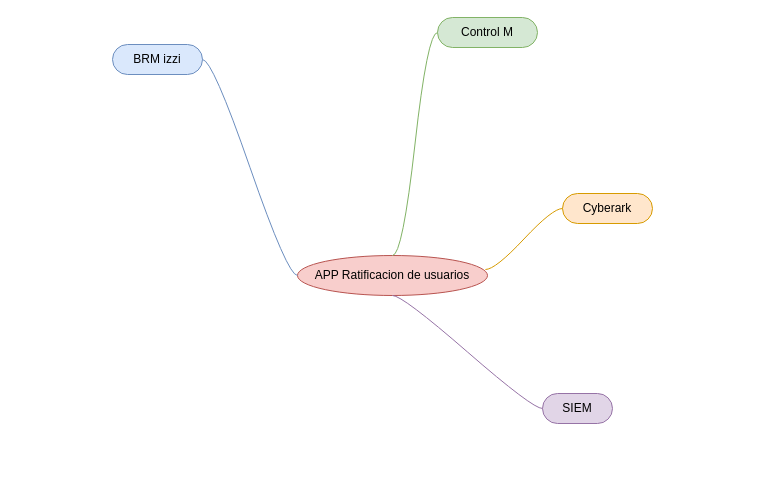
Earlier version of the draw.io diagram AppOwnerInfo.drawio (escamilla79/myUtilall). Source tidied: cells renumbered, new cells numbered last; positions are measured from the earlier drawing's top-left corner, leaving out a move shared by most shapes. Both pictures are drawn from the tidied source at 100%, with x=0, y=0 at pixel (112, 17).
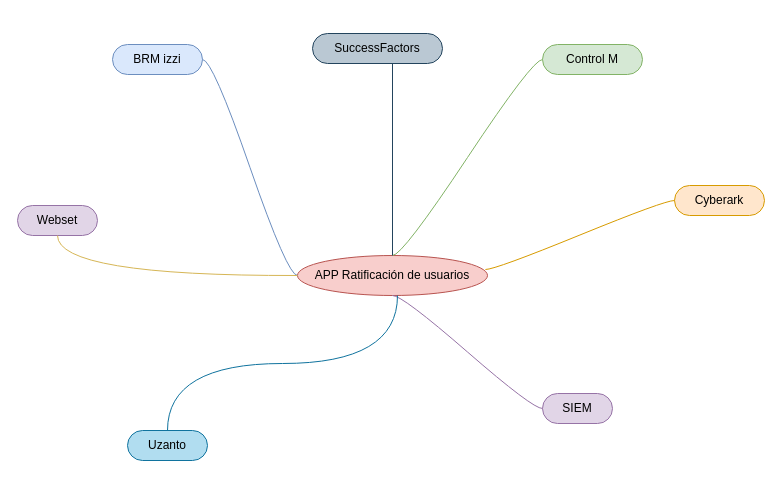
The same page after the edit.

The edit, as a diff of the source:
```diff
@@
-    <mxCell id="2" value="APP Ratificacion de usuarios" style="ellipse;whiteSpace=wrap;html=1;align=center;newEdgeStyle={&quot;edgeStyle&quot;:&quot;entityRelationEdgeStyle&quot;,&quot;startArrow&quot;:&quot;none&quot;,&quot;endArrow&quot;:&quot;none&quot;,&quot;segment&quot;:10,&quot;curved&quot;:1,&quot;sourcePerimeterSpacing&quot;:0,&quot;targetPerimeterSpacing&quot;:0};fillColor=#f8cecc;strokeColor=#b85450;" parent="1" vertex="1">
+    <mxCell id="2" value="APP Ratificación de usuarios" style="ellipse;whiteSpace=wrap;html=1;align=center;newEdgeStyle={&quot;edgeStyle&quot;:&quot;entityRelationEdgeStyle&quot;,&quot;startArrow&quot;:&quot;none&quot;,&quot;endArrow&quot;:&quot;none&quot;,&quot;segment&quot;:10,&quot;curved&quot;:1,&quot;sourcePerimeterSpacing&quot;:0,&quot;targetPerimeterSpacing&quot;:0};fillColor=#f8cecc;strokeColor=#b85450;" parent="1" vertex="1">
       <mxGeometry x="185" y="238" width="190" height="40" as="geometry" />
     </mxCell>
     <mxCell id="3" value="Cyberark" style="whiteSpace=wrap;html=1;rounded=1;arcSize=50;align=center;verticalAlign=middle;strokeWidth=1;spacing=4;newEdgeStyle={&quot;edgeStyle&quot;:&quot;entityRelationEdgeStyle&quot;,&quot;startArrow&quot;:&quot;none&quot;,&quot;endArrow&quot;:&quot;none&quot;,&quot;segment&quot;:10,&quot;curved&quot;:1,&quot;sourcePerimeterSpacing&quot;:0,&quot;targetPerimeterSpacing&quot;:0};fillColor=#ffe6cc;strokeColor=#d79b00;" parent="1" vertex="1">
-      <mxGeometry x="450" y="176" width="90" height="30" as="geometry" />
+      <mxGeometry x="562" y="168" width="90" height="30" as="geometry" />
     </mxCell>
@@
-    <mxCell id="7" value="BRM izzi" style="whiteSpace=wrap;html=1;rounded=1;arcSize=50;align=center;verticalAlign=middle;strokeWidth=1;spacing=4;newEdgeStyle={&quot;edgeStyle&quot;:&quot;entityRelationEdgeStyle&quot;,&quot;startArrow&quot;:&quot;none&quot;,&quot;endArrow&quot;:&quot;none&quot;,&quot;segment&quot;:10,&quot;curved&quot;:1,&quot;sourcePerimeterSpacing&quot;:0,&quot;targetPerimeterSpacing&quot;:0};fillColor=#dae8fc;strokeColor=#6c8ebf;" parent="1" vertex="1" collapsed="1">
+    <mxCell id="7" value="BRM izzi" style="whiteSpace=wrap;html=1;rounded=1;arcSize=50;align=center;verticalAlign=middle;strokeWidth=1;spacing=4;newEdgeStyle={&quot;edgeStyle&quot;:&quot;entityRelationEdgeStyle&quot;,&quot;startArrow&quot;:&quot;none&quot;,&quot;endArrow&quot;:&quot;none&quot;,&quot;segment&quot;:10,&quot;curved&quot;:1,&quot;sourcePerimeterSpacing&quot;:0,&quot;targetPerimeterSpacing&quot;:0};fillColor=#dae8fc;strokeColor=#6c8ebf;" parent="1" vertex="1">
       <mxGeometry y="27" width="90" height="30" as="geometry" />
     </mxCell>
@@
     <mxCell id="9" value="Control M" style="whiteSpace=wrap;html=1;rounded=1;arcSize=50;align=center;verticalAlign=middle;strokeWidth=1;spacing=4;newEdgeStyle={&quot;edgeStyle&quot;:&quot;entityRelationEdgeStyle&quot;,&quot;startArrow&quot;:&quot;none&quot;,&quot;endArrow&quot;:&quot;none&quot;,&quot;segment&quot;:10,&quot;curved&quot;:1,&quot;sourcePerimeterSpacing&quot;:0,&quot;targetPerimeterSpacing&quot;:0};fillColor=#d5e8d4;strokeColor=#82b366;" parent="1" vertex="1">
-      <mxGeometry x="325" width="100" height="30" as="geometry" />
+      <mxGeometry x="430" y="27" width="100" height="30" as="geometry" />
     </mxCell>
@@
+    <mxCell id="11" value="Webset" style="whiteSpace=wrap;html=1;rounded=1;arcSize=50;align=center;verticalAlign=middle;strokeWidth=1;spacing=4;newEdgeStyle={&quot;edgeStyle&quot;:&quot;entityRelationEdgeStyle&quot;,&quot;startArrow&quot;:&quot;none&quot;,&quot;endArrow&quot;:&quot;none&quot;,&quot;segment&quot;:10,&quot;curved&quot;:1,&quot;sourcePerimeterSpacing&quot;:0,&quot;targetPerimeterSpacing&quot;:0};fillColor=#e1d5e7;strokeColor=#9673a6;" parent="1" vertex="1">
+      <mxGeometry x="-95" y="188" width="80" height="30" as="geometry" />
+    </mxCell>
+    <mxCell id="12" style="edgeStyle=orthogonalEdgeStyle;startArrow=none;endArrow=none;segment=10;curved=1;sourcePerimeterSpacing=0;targetPerimeterSpacing=0;rounded=1;fillColor=#fff2cc;strokeColor=#d6b656;" parent="1" edge="1" target="11">
+      <mxGeometry relative="1" as="geometry">
+        <mxPoint x="185" y="258" as="sourcePoint" />
+      </mxGeometry>
+    </mxCell>
+    <mxCell id="13" value="Uzanto" style="whiteSpace=wrap;html=1;rounded=1;arcSize=50;align=center;verticalAlign=middle;strokeWidth=1;spacing=4;newEdgeStyle={&quot;edgeStyle&quot;:&quot;entityRelationEdgeStyle&quot;,&quot;startArrow&quot;:&quot;none&quot;,&quot;endArrow&quot;:&quot;none&quot;,&quot;segment&quot;:10,&quot;curved&quot;:1,&quot;sourcePerimeterSpacing&quot;:0,&quot;targetPerimeterSpacing&quot;:0};fillColor=#b1ddf0;strokeColor=#10739e;" parent="1" vertex="1">
+      <mxGeometry x="15" y="413" width="80" height="30" as="geometry" />
+    </mxCell>
+    <mxCell id="14" style="edgeStyle=elbowEdgeStyle;startArrow=none;endArrow=none;segment=10;sourcePerimeterSpacing=0;targetPerimeterSpacing=0;rounded=0;fillColor=#b1ddf0;strokeColor=#10739e;elbow=vertical;curved=1;" parent="1" edge="1" target="13">
+      <mxGeometry relative="1" as="geometry">
+        <mxPoint x="285" y="278" as="sourcePoint" />
+      </mxGeometry>
+    </mxCell>
+    <mxCell id="15" value="SuccessFactors" style="whiteSpace=wrap;html=1;rounded=1;arcSize=50;align=center;verticalAlign=middle;strokeWidth=1;spacing=4;newEdgeStyle={&quot;edgeStyle&quot;:&quot;entityRelationEdgeStyle&quot;,&quot;startArrow&quot;:&quot;none&quot;,&quot;endArrow&quot;:&quot;none&quot;,&quot;segment&quot;:10,&quot;curved&quot;:1,&quot;sourcePerimeterSpacing&quot;:0,&quot;targetPerimeterSpacing&quot;:0};fillColor=#bac8d3;strokeColor=#23445d;" parent="1" vertex="1">
+      <mxGeometry x="200" y="16" width="130" height="30" as="geometry" />
+    </mxCell>
+    <mxCell id="16" style="edgeStyle=elbowEdgeStyle;startArrow=none;endArrow=none;segment=10;sourcePerimeterSpacing=0;targetPerimeterSpacing=0;rounded=0;strokeColor=#23445d;exitX=0.5;exitY=0;exitDx=0;exitDy=0;curved=1;fillColor=#bac8d3;" parent="1" edge="1" source="2" target="15">
+      <mxGeometry relative="1" as="geometry" />
+    </mxCell>
```
